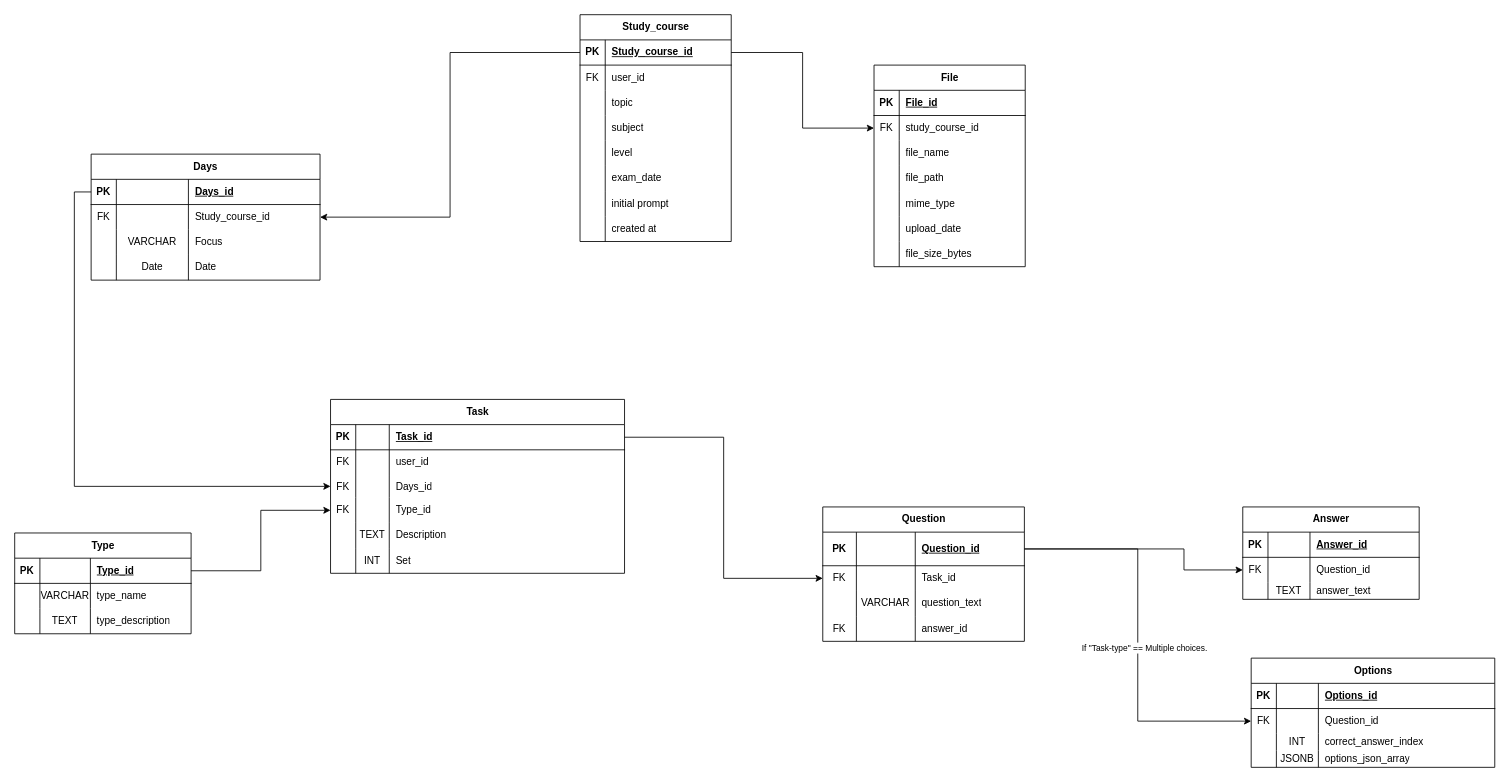
Above: page "ER-diagram" (3 of 3) of docs/flowchart.drawio in Manny262/edtech-learning-plattform (draw.io), before the change. Source tidied: cells renumbered, new cells numbered last; positions are measured from the earlier drawing's top-left corner, leaving out a move shared by most shapes. Both pictures are drawn from the tidied source at 84%, with x=0, y=0 at pixel (14, 14).
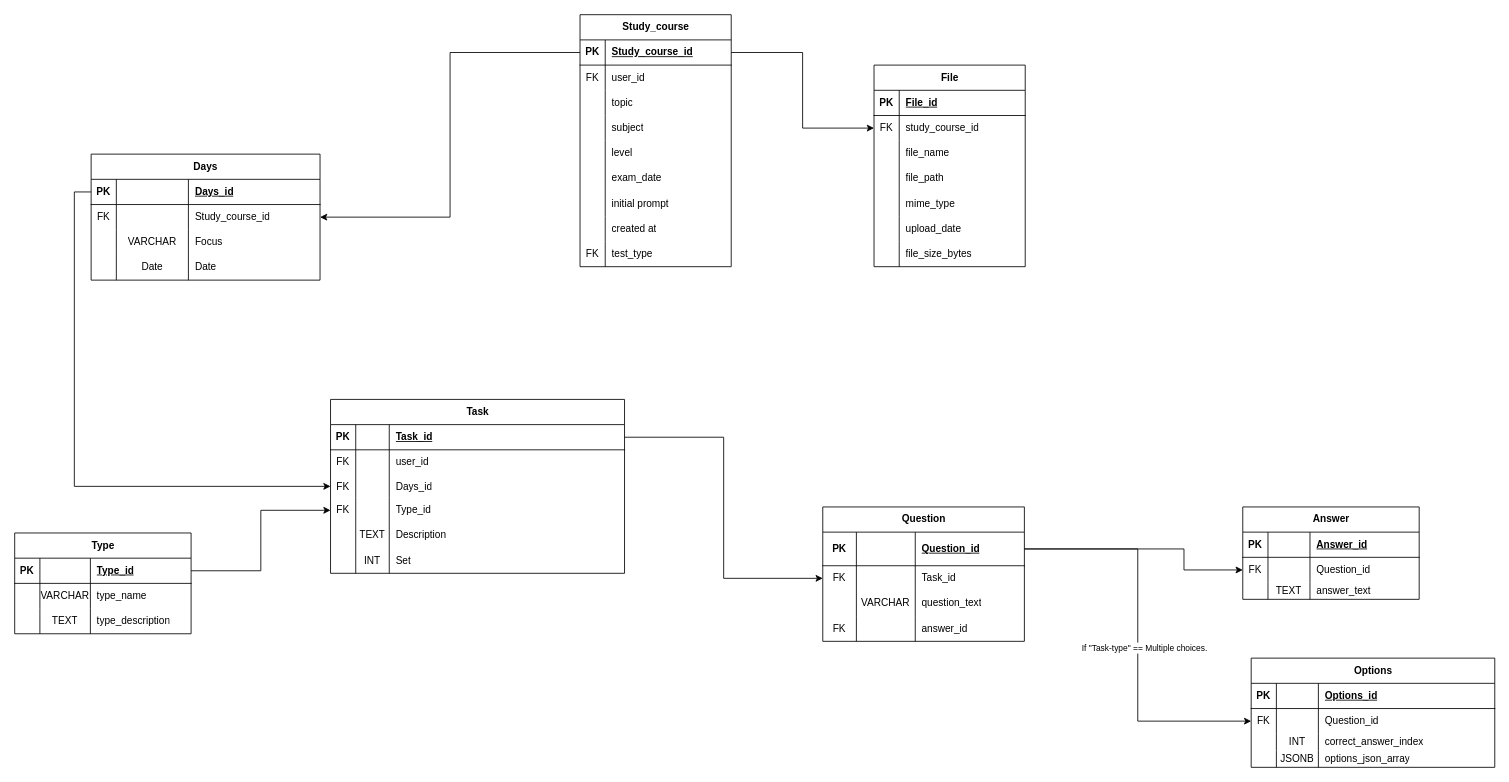
After the change.

The edit, as a diff of the source:
```diff
@@
     <mxCell id="3" value="Study_course" style="shape=table;startSize=30;childLayout=tableLayout;rowLines=0;fontStyle=1;align=center;html=1;miterlimit=7;" parent="1" vertex="1">
-      <mxGeometry x="673" width="180" height="270" as="geometry" />
+      <mxGeometry x="673" width="180" height="300" as="geometry" />
     </mxCell>
@@
+    <mxCell id="159" style="shape=tableRow;horizontal=0;startSize=0;swimlaneHead=0;swimlaneBody=0;fillColor=none;top=0;left=0;right=0;bottom=0;" parent="3" vertex="1">
+      <mxGeometry y="270" width="180" height="30" as="geometry" />
+    </mxCell>
+    <mxCell id="160" value="FK" style="shape=partialRectangle;fillColor=none;top=0;left=0;bottom=0;right=0;overflow=hidden;whiteSpace=wrap;html=1;" parent="159" vertex="1">
+      <mxGeometry width="30" height="30" as="geometry" />
+    </mxCell>
+    <mxCell id="161" value="test_type" style="shape=partialRectangle;fillColor=none;top=0;left=0;bottom=0;right=0;align=left;spacingLeft=6;overflow=hidden;whiteSpace=wrap;html=1;miterlimit=7;" parent="159" vertex="1">
+      <mxGeometry x="30" width="150" height="30" as="geometry" />
+    </mxCell>
```
